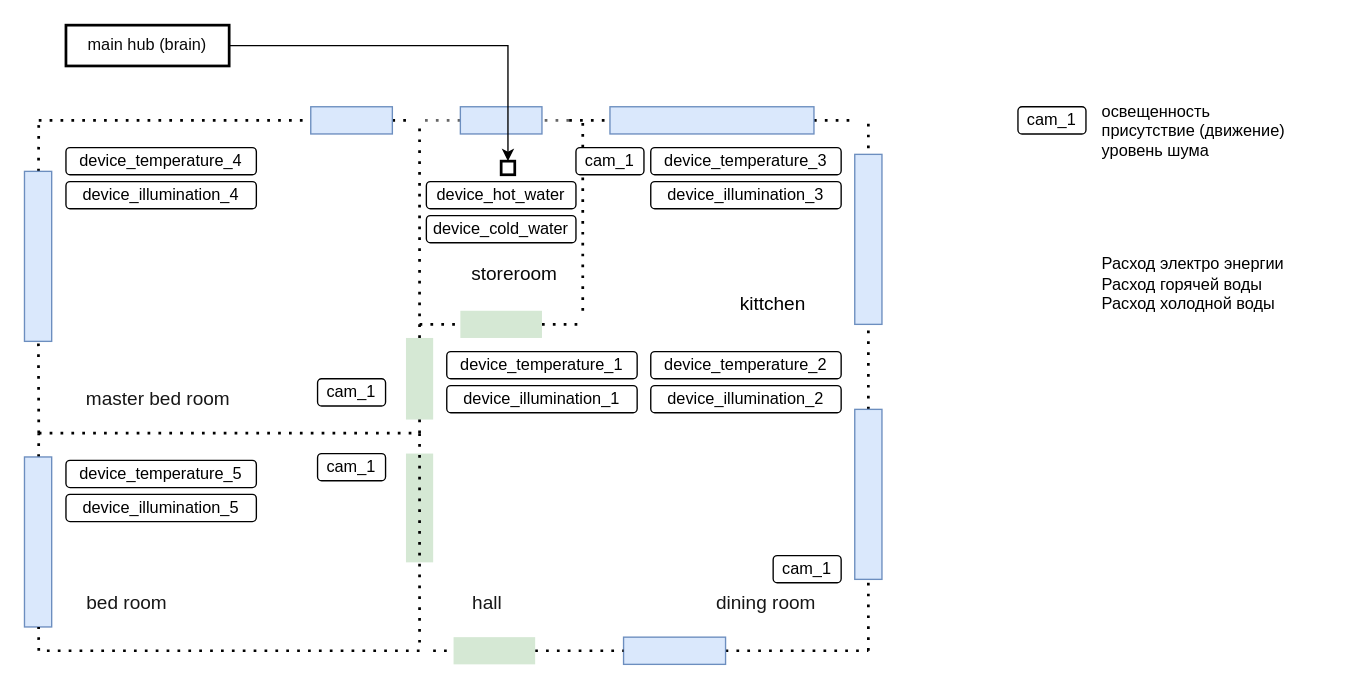
This is Untitled Diagram.drawio from GolCon/home_ai, a draw.io file, before an edit. Source tidied: cells renumbered, new cells numbered last; positions are measured from the earlier drawing's top-left corner, leaving out a move shared by most shapes. Both pictures are drawn from the tidied source at 136%, with x=0, y=0 at pixel (-48, 24).
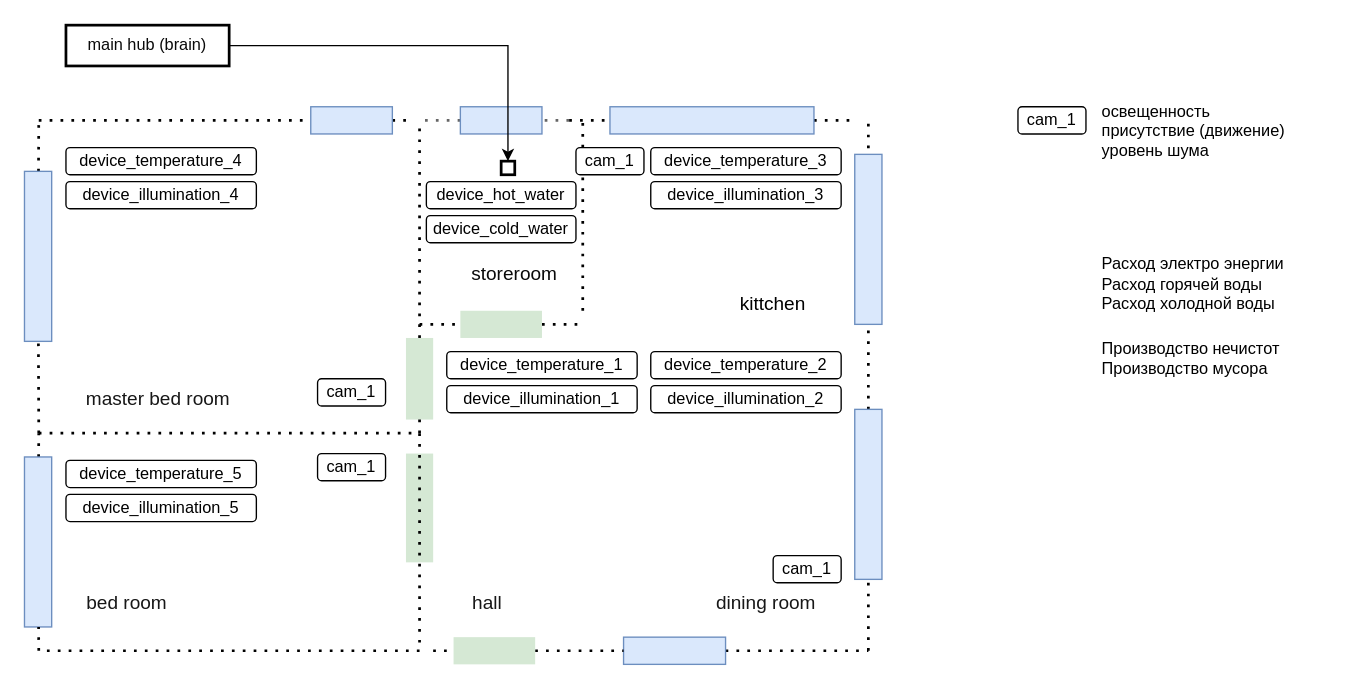
Above is the later version.

Diff of the diagram source:
```diff
@@
+    <mxCell id="64" value="Производство нечистот&lt;br&gt;Производство мусора" style="text;html=1;strokeColor=none;fillColor=none;align=left;verticalAlign=middle;whiteSpace=wrap;rounded=0;strokeWidth=2;fontSize=12;fontColor=#000000;" parent="1" vertex="1">
+      <mxGeometry x="843" y="230" width="150" height="30" as="geometry" />
+    </mxCell>
```
